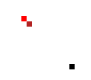
This is Fase2_EDD/Logrado.png from FranklinONP/EDD_PROYECTO_202200089, a Graphviz export, as it was before one commit. Its source is kept beside it as Fase2_EDD/Logrado.dot. Source of this version:
```dot
digraph {
  node [ shape=plaintext fontname=Helvetica ]

  n [ label = <
    <table border="0" cellborder="0" cellspacing="0" bgcolor="white">
      <tr>
        <td></td>
        <td></td>
        <td></td>
        <td></td>
        <td></td>
        <td></td>
        <td></td>
        <td></td>
        <td></td>
        <td></td>
        <td></td>
      </tr>
      <tr>
        <td></td>
        <td bgcolor="#FF0000"></td>
        <td></td>
        <td></td>
        <td></td>
        <td></td>
        <td></td>
        <td></td>
        <td></td>
        <td></td>
        <td></td>
      </tr>
      <tr>
        <td></td>
        <td></td>
        <td bgcolor="#B22222"></td>
        <td></td>
        <td></td>
        <td></td>
        <td></td>
        <td></td>
        <td></td>
        <td></td>
        <td></td>
      </tr>
      <tr>
        <td></td>
        <td></td>
        <td></td>
        <td></td>
        <td></td>
        <td></td>
        <td></td>
        <td></td>
        <td></td>
        <td></td>
        <td></td>
      </tr>
      <tr>
        <td></td>
        <td></td>
        <td></td>
        <td></td>
        <td></td>
        <td></td>
        <td></td>
        <td></td>
        <td></td>
        <td></td>
        <td></td>
      </tr>
      <tr>
        <td></td>
        <td></td>
        <td></td>
        <td></td>
        <td></td>
        <td></td>
        <td></td>
        <td></td>
        <td></td>
        <td></td>
        <td></td>
      </tr>
      <tr>
        <td></td>
        <td></td>
        <td></td>
        <td></td>
        <td></td>
        <td></td>
        <td></td>
        <td></td>
        <td></td>
        <td></td>
        <td></td>
      </tr>
      <tr>
        <td></td>
        <td></td>
        <td></td>
        <td></td>
        <td></td>
        <td></td>
        <td></td>
        <td></td>
        <td></td>
        <td></td>
        <td></td>
      </tr>
      <tr>
        <td></td>
        <td></td>
        <td></td>
        <td></td>
        <td></td>
        <td></td>
        <td></td>
        <td></td>
        <td></td>
        <td></td>
        <td></td>
      </tr>
      <tr>
        <td></td>
        <td></td>
        <td></td>
        <td></td>
        <td></td>
        <td></td>
        <td></td>
        <td></td>
        <td></td>
        <td></td>
        <td></td>
      </tr>
      <tr>
        <td></td>
        <td></td>
        <td></td>
        <td></td>
        <td></td>
        <td></td>
        <td></td>
        <td></td>
        <td></td>
        <td></td>
        <td bgcolor="#000000"></td>
      </tr>
    </table>
  > ]

}
```
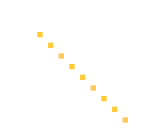
After the commit.

What changed in the source:
```diff
@@ -14,35 +14,6 @@
         <td></td>
         <td></td>
         <td></td>
-        <td></td>
-      </tr>
-      <tr>
-        <td></td>
-        <td bgcolor="#FF0000"></td>
-        <td></td>
-        <td></td>
-        <td></td>
-        <td></td>
-        <td></td>
-        <td></td>
-        <td></td>
-        <td></td>
-        <td></td>
-      </tr>
-      <tr>
-        <td></td>
-        <td></td>
-        <td bgcolor="#B22222"></td>
-        <td></td>
-        <td></td>
-        <td></td>
-        <td></td>
-        <td></td>
-        <td></td>
-        <td></td>
-        <td></td>
-      </tr>
-      <tr>
         <td></td>
         <td></td>
         <td></td>
@@ -67,8 +38,28 @@
         <td></td>
         <td></td>
         <td></td>
+        <td></td>
+        <td></td>
+        <td></td>
+        <td></td>
+        <td></td>
+        <td></td>
+        <td></td>
+        <td></td>
+        <td></td>
+        <td></td>
       </tr>
       <tr>
+        <td></td>
+        <td></td>
+        <td></td>
+        <td></td>
+        <td></td>
+        <td></td>
+        <td></td>
+        <td></td>
+        <td></td>
+        <td></td>
         <td></td>
         <td></td>
         <td></td>
@@ -93,8 +84,28 @@
         <td></td>
         <td></td>
         <td></td>
+        <td></td>
+        <td></td>
+        <td></td>
+        <td></td>
+        <td></td>
+        <td></td>
+        <td></td>
+        <td></td>
+        <td></td>
+        <td></td>
       </tr>
       <tr>
+        <td></td>
+        <td></td>
+        <td></td>
+        <td></td>
+        <td bgcolor="#FFCC33"></td>
+        <td></td>
+        <td></td>
+        <td></td>
+        <td></td>
+        <td></td>
         <td></td>
         <td></td>
         <td></td>
@@ -119,8 +130,28 @@
         <td></td>
         <td></td>
         <td></td>
+        <td></td>
+        <td></td>
+        <td></td>
+        <td></td>
+        <td></td>
+        <td></td>
+        <td></td>
+        <td></td>
+        <td></td>
+        <td></td>
       </tr>
       <tr>
+        <td></td>
+        <td></td>
+        <td></td>
+        <td></td>
+        <td></td>
+        <td></td>
+        <td bgcolor="#FFCC40"></td>
+        <td></td>
+        <td></td>
+        <td></td>
         <td></td>
         <td></td>
         <td></td>
@@ -144,7 +175,316 @@
         <td></td>
         <td></td>
         <td></td>
-        <td bgcolor="#000000"></td>
+        <td></td>
+        <td></td>
+        <td></td>
+        <td></td>
+        <td></td>
+        <td></td>
+        <td></td>
+        <td></td>
+        <td></td>
+        <td></td>
+        <td></td>
+      </tr>
+      <tr>
+        <td></td>
+        <td></td>
+        <td></td>
+        <td></td>
+        <td></td>
+        <td></td>
+        <td></td>
+        <td></td>
+        <td bgcolor="#FFCC50"></td>
+        <td></td>
+        <td></td>
+        <td></td>
+        <td></td>
+        <td></td>
+        <td></td>
+        <td></td>
+        <td></td>
+        <td></td>
+        <td></td>
+        <td></td>
+        <td></td>
+      </tr>
+      <tr>
+        <td></td>
+        <td></td>
+        <td></td>
+        <td></td>
+        <td></td>
+        <td></td>
+        <td></td>
+        <td></td>
+        <td></td>
+        <td></td>
+        <td></td>
+        <td></td>
+        <td></td>
+        <td></td>
+        <td></td>
+        <td></td>
+        <td></td>
+        <td></td>
+        <td></td>
+        <td></td>
+        <td></td>
+      </tr>
+      <tr>
+        <td></td>
+        <td></td>
+        <td></td>
+        <td></td>
+        <td></td>
+        <td></td>
+        <td></td>
+        <td></td>
+        <td></td>
+        <td></td>
+        <td bgcolor="#FFCC33"></td>
+        <td></td>
+        <td></td>
+        <td></td>
+        <td></td>
+        <td></td>
+        <td></td>
+        <td></td>
+        <td></td>
+        <td></td>
+        <td></td>
+      </tr>
+      <tr>
+        <td></td>
+        <td></td>
+        <td></td>
+        <td></td>
+        <td></td>
+        <td></td>
+        <td></td>
+        <td></td>
+        <td></td>
+        <td></td>
+        <td></td>
+        <td></td>
+        <td></td>
+        <td></td>
+        <td></td>
+        <td></td>
+        <td></td>
+        <td></td>
+        <td></td>
+        <td></td>
+        <td></td>
+      </tr>
+      <tr>
+        <td></td>
+        <td></td>
+        <td></td>
+        <td></td>
+        <td></td>
+        <td></td>
+        <td></td>
+        <td></td>
+        <td></td>
+        <td></td>
+        <td></td>
+        <td></td>
+        <td bgcolor="#FFCC40"></td>
+        <td></td>
+        <td></td>
+        <td></td>
+        <td></td>
+        <td></td>
+        <td></td>
+        <td></td>
+        <td></td>
+      </tr>
+      <tr>
+        <td></td>
+        <td></td>
+        <td></td>
+        <td></td>
+        <td></td>
+        <td></td>
+        <td></td>
+        <td></td>
+        <td></td>
+        <td></td>
+        <td></td>
+        <td></td>
+        <td></td>
+        <td></td>
+        <td></td>
+        <td></td>
+        <td></td>
+        <td></td>
+        <td></td>
+        <td></td>
+        <td></td>
+      </tr>
+      <tr>
+        <td></td>
+        <td></td>
+        <td></td>
+        <td></td>
+        <td></td>
+        <td></td>
+        <td></td>
+        <td></td>
+        <td></td>
+        <td></td>
+        <td></td>
+        <td></td>
+        <td></td>
+        <td></td>
+        <td bgcolor="#FFCC50"></td>
+        <td></td>
+        <td></td>
+        <td></td>
+        <td></td>
+        <td></td>
+        <td></td>
+      </tr>
+      <tr>
+        <td></td>
+        <td></td>
+        <td></td>
+        <td></td>
+        <td></td>
+        <td></td>
+        <td></td>
+        <td></td>
+        <td></td>
+        <td></td>
+        <td></td>
+        <td></td>
+        <td></td>
+        <td></td>
+        <td></td>
+        <td></td>
+        <td></td>
+        <td></td>
+        <td></td>
+        <td></td>
+        <td></td>
+      </tr>
+      <tr>
+        <td></td>
+        <td></td>
+        <td></td>
+        <td></td>
+        <td></td>
+        <td></td>
+        <td></td>
+        <td></td>
+        <td></td>
+        <td></td>
+        <td></td>
+        <td></td>
+        <td></td>
+        <td></td>
+        <td></td>
+        <td></td>
+        <td bgcolor="#FFCC33"></td>
+        <td></td>
+        <td></td>
+        <td></td>
+        <td></td>
+      </tr>
+      <tr>
+        <td></td>
+        <td></td>
+        <td></td>
+        <td></td>
+        <td></td>
+        <td></td>
+        <td></td>
+        <td></td>
+        <td></td>
+        <td></td>
+        <td></td>
+        <td></td>
+        <td></td>
+        <td></td>
+        <td></td>
+        <td></td>
+        <td></td>
+        <td></td>
+        <td></td>
+        <td></td>
+        <td></td>
+      </tr>
+      <tr>
+        <td></td>
+        <td></td>
+        <td></td>
+        <td></td>
+        <td></td>
+        <td></td>
+        <td></td>
+        <td></td>
+        <td></td>
+        <td></td>
+        <td></td>
+        <td></td>
+        <td></td>
+        <td></td>
+        <td></td>
+        <td></td>
+        <td></td>
+        <td></td>
+        <td bgcolor="#FFCC40"></td>
+        <td></td>
+        <td></td>
+      </tr>
+      <tr>
+        <td></td>
+        <td></td>
+        <td></td>
+        <td></td>
+        <td></td>
+        <td></td>
+        <td></td>
+        <td></td>
+        <td></td>
+        <td></td>
+        <td></td>
+        <td></td>
+        <td></td>
+        <td></td>
+        <td></td>
+        <td></td>
+        <td></td>
+        <td></td>
+        <td></td>
+        <td></td>
+        <td></td>
+      </tr>
+      <tr>
+        <td></td>
+        <td></td>
+        <td></td>
+        <td></td>
+        <td></td>
+        <td></td>
+        <td></td>
+        <td></td>
+        <td></td>
+        <td></td>
+        <td></td>
+        <td></td>
+        <td></td>
+        <td></td>
+        <td></td>
+        <td></td>
+        <td></td>
+        <td></td>
+        <td></td>
+        <td></td>
+        <td bgcolor="#FFCC50"></td>
       </tr>
     </table>
   > ]
```
